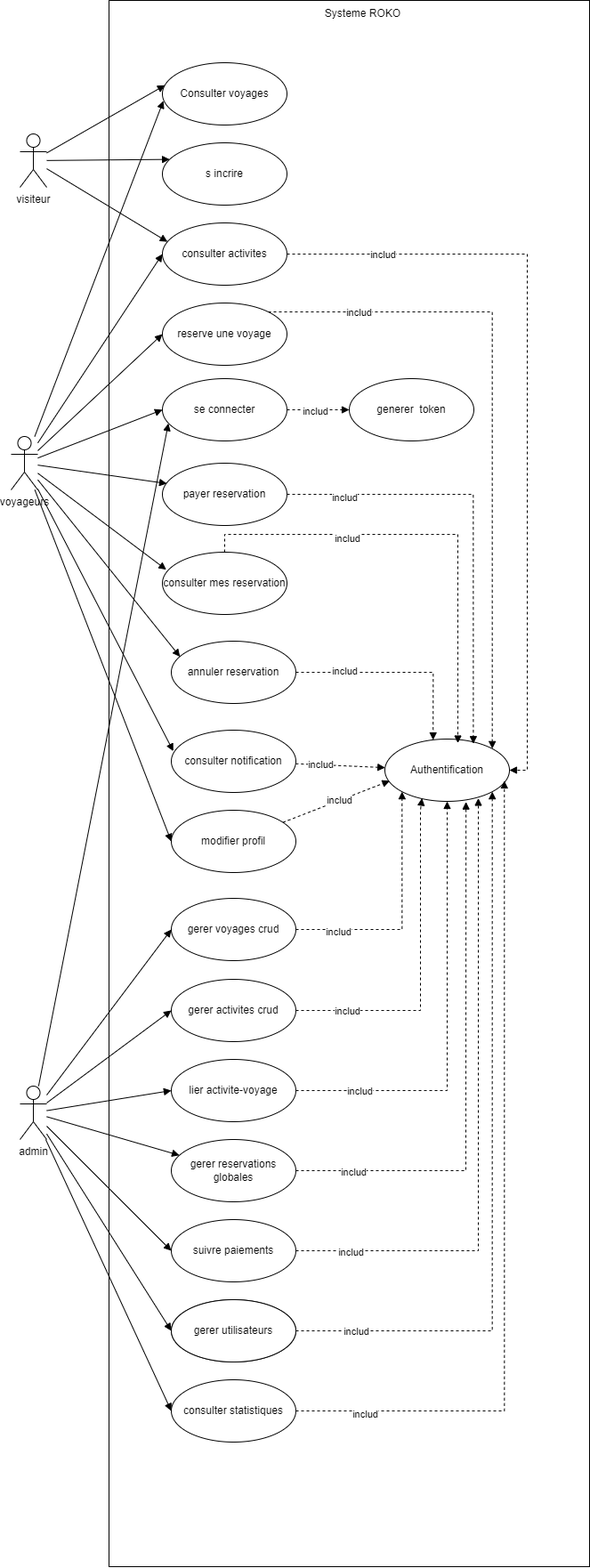
Hichamelhmaydi/ROKO-V2 keeps this draw.io diagram as UML/cas utilisation.png. Above is the earlier version. Source tidied: cells renumbered, new cells last; positions are measured from the earlier drawing's top-left corner, leaving out a move shared by most shapes.
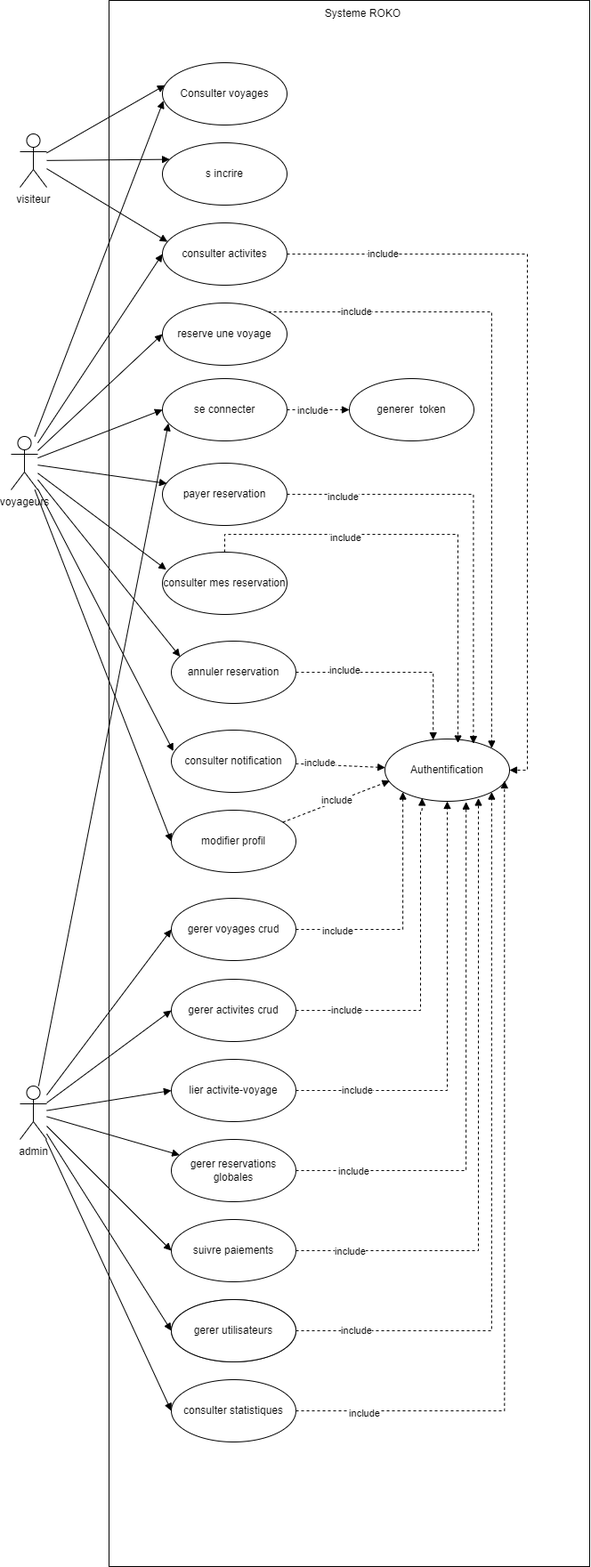
After the change.

Commit message:
Refactor code structure for improved readability and maintainability

The edit, as a diff of the source:
```diff
@@ -22,7 +22,7 @@
         </Array>
       </mxGeometry>
     </mxCell>
-    <mxCell id="7" value="includ" style="edgeLabel;html=1;align=center;verticalAlign=middle;" parent="6" vertex="1">
+    <mxCell id="7" value="include" style="edgeLabel;html=1;align=center;verticalAlign=middle;" parent="6" vertex="1">
       <mxGeometry x="-0.75" y="1" relative="1" as="geometry" />
     </mxCell>
     <mxCell id="8" value="consulter activites" style="ellipse;whiteSpace=wrap;html=1;" parent="1" vertex="1">
@@ -47,7 +47,7 @@
         </Array>
       </mxGeometry>
     </mxCell>
-    <mxCell id="14" value="includ" style="edgeLabel;html=1;align=center;verticalAlign=middle;" parent="13" vertex="1">
+    <mxCell id="14" value="include" style="edgeLabel;html=1;align=center;verticalAlign=middle;" parent="13" vertex="1">
       <mxGeometry x="-0.73" y="1" relative="1" as="geometry" />
     </mxCell>
     <mxCell id="15" value="reserve une voyage" style="ellipse;whiteSpace=wrap;html=1;" parent="1" vertex="1">
@@ -56,7 +56,7 @@
     <mxCell id="16" style="edgeStyle=orthogonalEdgeStyle;rounded=0;jettySize=auto;html=1;dashed=1;endArrow=block;endFill=1;" parent="1" edge="1" source="18" target="58">
       <mxGeometry relative="1" as="geometry" />
     </mxCell>
-    <mxCell id="17" value="includ" style="edgeLabel;html=1;align=center;verticalAlign=middle;" parent="16" vertex="1">
+    <mxCell id="17" value="include" style="edgeLabel;html=1;align=center;verticalAlign=middle;" parent="16" vertex="1">
       <mxGeometry x="-0.18" relative="1" as="geometry" />
     </mxCell>
     <mxCell id="18" value="se connecter" style="ellipse;whiteSpace=wrap;html=1;" parent="1" vertex="1">
@@ -74,7 +74,7 @@
     <mxCell id="22" style="rounded=0;jettySize=auto;html=1;dashed=1;endArrow=block;endFill=1;" parent="1" edge="1" source="24" target="38">
       <mxGeometry relative="1" as="geometry" />
     </mxCell>
-    <mxCell id="23" value="includ" style="edgeLabel;html=1;align=center;verticalAlign=middle;" parent="22" vertex="1">
+    <mxCell id="23" value="include" style="edgeLabel;html=1;align=center;verticalAlign=middle;" parent="22" vertex="1">
       <mxGeometry x="-0.47" y="2" relative="1" as="geometry" />
     </mxCell>
     <mxCell id="24" value="consulter notification" style="ellipse;whiteSpace=wrap;html=1;" parent="1" vertex="1">
@@ -92,7 +92,7 @@
     <mxCell id="28" style="edgeStyle=orthogonalEdgeStyle;rounded=0;jettySize=auto;html=1;dashed=1;endArrow=block;endFill=1;entryX=0.5;entryY=1;entryDx=0;entryDy=0;" parent="1" edge="1" source="30" target="38">
       <mxGeometry relative="1" as="geometry" />
     </mxCell>
-    <mxCell id="29" value="includ" style="edgeLabel;html=1;align=center;verticalAlign=middle;" parent="28" vertex="1">
+    <mxCell id="29" value="include" style="edgeLabel;html=1;align=center;verticalAlign=middle;" parent="28" vertex="1">
       <mxGeometry x="-0.72" y="1" relative="1" as="geometry" />
     </mxCell>
     <mxCell id="30" value="lier activite-voyage" style="ellipse;whiteSpace=wrap;html=1;" parent="1" vertex="1">
@@ -110,7 +110,7 @@
     <mxCell id="34" style="edgeStyle=orthogonalEdgeStyle;rounded=0;jettySize=auto;html=1;entryX=1;entryY=1;entryDx=0;entryDy=0;endArrow=block;endFill=1;dashed=1;" parent="1" edge="1" source="36" target="38">
       <mxGeometry relative="1" as="geometry" />
     </mxCell>
-    <mxCell id="35" value="includ" style="edgeLabel;html=1;align=center;verticalAlign=middle;" parent="34" vertex="1">
+    <mxCell id="35" value="include" style="edgeLabel;html=1;align=center;verticalAlign=middle;" parent="34" vertex="1">
       <mxGeometry x="-0.84" y="1" relative="1" as="geometry" />
     </mxCell>
     <mxCell id="36" value="gerer utilisateurs" style="ellipse;whiteSpace=wrap;html=1;" parent="1" vertex="1">
@@ -185,7 +185,7 @@
     <mxCell id="59" style="edgeStyle=orthogonalEdgeStyle;rounded=0;jettySize=auto;html=1;entryX=0.71;entryY=0.075;entryDx=0;entryDy=0;entryPerimeter=0;endArrow=block;endFill=1;dashed=1;" parent="1" edge="1" source="19" target="38">
       <mxGeometry relative="1" as="geometry" />
     </mxCell>
-    <mxCell id="60" value="includ" style="edgeLabel;html=1;align=center;verticalAlign=middle;" parent="59" vertex="1">
+    <mxCell id="60" value="include" style="edgeLabel;html=1;align=center;verticalAlign=middle;" parent="59" vertex="1">
       <mxGeometry x="-0.75" y="-2" relative="1" as="geometry" />
     </mxCell>
     <mxCell id="61" style="edgeStyle=orthogonalEdgeStyle;rounded=0;jettySize=auto;html=1;entryX=0.586;entryY=0.065;entryDx=0;entryDy=0;entryPerimeter=0;endArrow=block;endFill=1;dashed=1;" parent="1" edge="1" source="20" target="38">
@@ -196,19 +196,19 @@
         </Array>
       </mxGeometry>
     </mxCell>
-    <mxCell id="62" value="includ" style="edgeLabel;html=1;align=center;verticalAlign=middle;" parent="61" vertex="1">
+    <mxCell id="62" value="include" style="edgeLabel;html=1;align=center;verticalAlign=middle;" parent="61" vertex="1">
       <mxGeometry x="-0.4" y="-3" relative="1" as="geometry" />
     </mxCell>
     <mxCell id="63" style="edgeStyle=orthogonalEdgeStyle;rounded=0;jettySize=auto;html=1;entryX=0.387;entryY=0.015;entryDx=0;entryDy=0;entryPerimeter=0;dashed=1;endArrow=block;endFill=1;" parent="1" edge="1" source="21" target="38">
       <mxGeometry relative="1" as="geometry" />
     </mxCell>
-    <mxCell id="64" value="includ" style="edgeLabel;html=1;align=center;verticalAlign=middle;" parent="63" vertex="1">
+    <mxCell id="64" value="include" style="edgeLabel;html=1;align=center;verticalAlign=middle;" parent="63" vertex="1">
       <mxGeometry x="-0.52" y="3" relative="1" as="geometry" />
     </mxCell>
     <mxCell id="65" style="rounded=0;jettySize=auto;html=1;entryX=0.039;entryY=0.671;entryDx=0;entryDy=0;entryPerimeter=0;dashed=1;endArrow=block;endFill=1;" parent="1" edge="1" source="25" target="38">
       <mxGeometry relative="1" as="geometry" />
     </mxCell>
-    <mxCell id="66" value="includ" style="edgeLabel;html=1;align=center;verticalAlign=middle;" parent="65" vertex="1">
+    <mxCell id="66" value="include" style="edgeLabel;html=1;align=center;verticalAlign=middle;" parent="65" vertex="1">
       <mxGeometry x="0.02" y="2" relative="1" as="geometry" />
     </mxCell>
     <mxCell id="67" style="edgeStyle=orthogonalEdgeStyle;rounded=0;jettySize=auto;html=1;dashed=1;endArrow=block;endFill=1;entryX=0;entryY=1;entryDx=0;entryDy=0;" parent="1" edge="1" source="26" target="38">
@@ -218,7 +218,7 @@
         </Array>
       </mxGeometry>
     </mxCell>
-    <mxCell id="68" value="includ" style="edgeLabel;html=1;align=center;verticalAlign=middle;" parent="67" vertex="1">
+    <mxCell id="68" value="include" style="edgeLabel;html=1;align=center;verticalAlign=middle;" parent="67" vertex="1">
       <mxGeometry x="-0.66" y="-1" relative="1" as="geometry" />
     </mxCell>
     <mxCell id="69" style="edgeStyle=orthogonalEdgeStyle;rounded=0;jettySize=auto;html=1;endArrow=block;endFill=1;dashed=1;entryX=0.298;entryY=0.949;entryDx=0;entryDy=0;entryPerimeter=0;" parent="1" edge="1" source="27" target="38">
@@ -230,25 +230,25 @@
         </Array>
       </mxGeometry>
     </mxCell>
-    <mxCell id="70" value="includ" style="edgeLabel;html=1;align=center;verticalAlign=middle;" parent="69" vertex="1">
+    <mxCell id="70" value="include" style="edgeLabel;html=1;align=center;verticalAlign=middle;" parent="69" vertex="1">
       <mxGeometry x="-0.7" y="1" relative="1" as="geometry" />
     </mxCell>
     <mxCell id="71" style="edgeStyle=orthogonalEdgeStyle;rounded=0;jettySize=auto;html=1;entryX=0.651;entryY=1.009;entryDx=0;entryDy=0;entryPerimeter=0;dashed=1;endArrow=block;endFill=1;" parent="1" edge="1" source="31" target="38">
       <mxGeometry relative="1" as="geometry" />
     </mxCell>
-    <mxCell id="72" value="includ" style="edgeLabel;html=1;align=center;verticalAlign=middle;" parent="71" vertex="1">
+    <mxCell id="72" value="include" style="edgeLabel;html=1;align=center;verticalAlign=middle;" parent="71" vertex="1">
       <mxGeometry x="-0.79" relative="1" as="geometry" />
     </mxCell>
     <mxCell id="73" style="edgeStyle=orthogonalEdgeStyle;rounded=0;jettySize=auto;html=1;entryX=0.75;entryY=0.949;entryDx=0;entryDy=0;entryPerimeter=0;dashed=1;endArrow=block;endFill=1;" parent="1" edge="1" source="32" target="38">
       <mxGeometry relative="1" as="geometry" />
     </mxCell>
-    <mxCell id="74" value="includ" style="edgeLabel;html=1;align=center;verticalAlign=middle;" parent="73" vertex="1">
+    <mxCell id="74" value="include" style="edgeLabel;html=1;align=center;verticalAlign=middle;" parent="73" vertex="1">
       <mxGeometry x="-0.83" relative="1" as="geometry" />
     </mxCell>
     <mxCell id="75" style="edgeStyle=orthogonalEdgeStyle;rounded=0;jettySize=auto;html=1;entryX=0.959;entryY=0.671;entryDx=0;entryDy=0;entryPerimeter=0;endArrow=block;endFill=1;dashed=1;" parent="1" edge="1" source="37" target="38">
       <mxGeometry relative="1" as="geometry" />
     </mxCell>
-    <mxCell id="76" value="includ" style="edgeLabel;html=1;align=center;verticalAlign=middle;" parent="75" vertex="1">
+    <mxCell id="76" value="include" style="edgeLabel;html=1;align=center;verticalAlign=middle;" parent="75" vertex="1">
       <mxGeometry x="-0.84" y="-2" relative="1" as="geometry" />
     </mxCell>
   </root>
```
